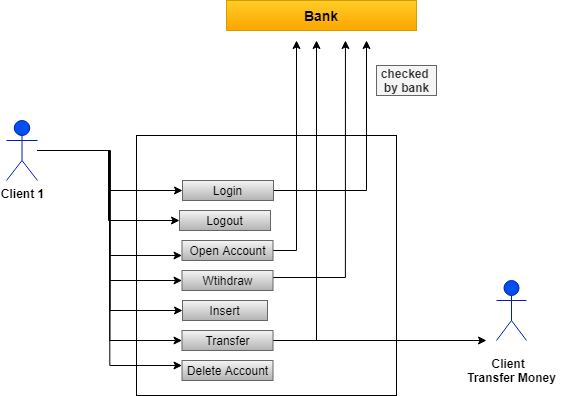
Above: use case bank.png in abdullahkbc/Python-Project-Bank- (draw.io), before the change. Source tidied: cells renumbered, new cells last; positions are measured from the earlier drawing's top-left corner, leaving out a move shared by most shapes. The source it was exported from:
```xml
<mxGraphModel>
  <root>
    <mxCell id="0" />
    <mxCell id="1" parent="0" />
    <mxCell id="2" style="whiteSpace=wrap;html=1;" parent="1" vertex="1">
      <mxGeometry x="130" y="135" width="260" height="260" as="geometry" />
    </mxCell>
    <mxCell id="3" style="edgeStyle=orthogonalEdgeStyle;rounded=0;jettySize=auto;html=1;entryX=0;entryY=0.75;entryDx=0;entryDy=0;fontColor=#000000;" parent="1" edge="1" source="10" target="14">
      <mxGeometry relative="1" as="geometry" />
    </mxCell>
    <mxCell id="4" style="edgeStyle=orthogonalEdgeStyle;rounded=0;jettySize=auto;html=1;entryX=0;entryY=0.5;entryDx=0;entryDy=0;fontColor=#000000;" parent="1" edge="1" source="10" target="16">
      <mxGeometry relative="1" as="geometry" />
    </mxCell>
    <mxCell id="5" style="edgeStyle=orthogonalEdgeStyle;rounded=0;jettySize=auto;html=1;entryX=0;entryY=0.5;entryDx=0;entryDy=0;fontColor=#000000;" parent="1" edge="1" source="10" target="17">
      <mxGeometry relative="1" as="geometry" />
    </mxCell>
    <mxCell id="6" style="edgeStyle=orthogonalEdgeStyle;rounded=0;jettySize=auto;html=1;entryX=0;entryY=0.5;entryDx=0;entryDy=0;fontColor=#000000;" parent="1" edge="1" source="10" target="20">
      <mxGeometry relative="1" as="geometry" />
    </mxCell>
    <mxCell id="7" style="edgeStyle=orthogonalEdgeStyle;rounded=0;jettySize=auto;html=1;entryX=0;entryY=0.25;entryDx=0;entryDy=0;fontColor=#000000;" parent="1" edge="1" source="10" target="21">
      <mxGeometry relative="1" as="geometry" />
    </mxCell>
    <mxCell id="8" style="edgeStyle=orthogonalEdgeStyle;rounded=0;jettySize=auto;html=1;entryX=0;entryY=0.5;entryDx=0;entryDy=0;" parent="1" edge="1" source="10" target="25">
      <mxGeometry relative="1" as="geometry" />
    </mxCell>
    <mxCell id="9" style="edgeStyle=orthogonalEdgeStyle;rounded=0;jettySize=auto;html=1;entryX=0;entryY=0.5;entryDx=0;entryDy=0;" parent="1" edge="1" source="10" target="24">
      <mxGeometry relative="1" as="geometry" />
    </mxCell>
    <mxCell id="10" value="&lt;b&gt;&lt;font color=&quot;#000000&quot;&gt;Client 1&lt;/font&gt;&lt;/b&gt;" style="shape=umlActor;verticalLabelPosition=bottom;verticalAlign=top;html=1;outlineConnect=0;fillColor=#0050ef;strokeColor=#001DBC;fontColor=#ffffff;" parent="1" vertex="1">
      <mxGeometry y="120" width="31" height="60" as="geometry" />
    </mxCell>
    <mxCell id="11" value="Client to &lt;br&gt;Transfer Money" style="shape=umlActor;verticalLabelPosition=bottom;verticalAlign=top;html=1;fillColor=#0050ef;strokeColor=#001DBC;fontColor=#ffffff;" parent="1" vertex="1">
      <mxGeometry x="490" y="280" width="30" height="60" as="geometry" />
    </mxCell>
    <mxCell id="12" value="&lt;b&gt;&lt;font style=&quot;font-size: 14px&quot;&gt;Bank&lt;/font&gt;&lt;/b&gt;" style="text;html=1;strokeColor=#d79b00;fillColor=#ffcd28;align=center;verticalAlign=middle;whiteSpace=wrap;rounded=0;gradientColor=#ffa500;" parent="1" vertex="1">
      <mxGeometry x="220" width="190" height="30" as="geometry" />
    </mxCell>
    <mxCell id="13" style="edgeStyle=orthogonalEdgeStyle;rounded=0;jettySize=auto;html=1;" parent="1" edge="1" source="14">
      <mxGeometry relative="1" as="geometry">
        <mxPoint x="290" y="40" as="targetPoint" />
      </mxGeometry>
    </mxCell>
    <mxCell id="14" value="Open Account" style="text;html=1;strokeColor=#666666;fillColor=#f5f5f5;align=center;verticalAlign=middle;whiteSpace=wrap;rounded=0;gradientColor=#b3b3b3;" parent="1" vertex="1">
      <mxGeometry x="175.5" y="240" width="91" height="20" as="geometry" />
    </mxCell>
    <mxCell id="15" style="edgeStyle=orthogonalEdgeStyle;rounded=0;orthogonalLoop=1;jettySize=auto;html=1;entryX=0.626;entryY=1.1;entryDx=0;entryDy=0;entryPerimeter=0;" parent="1" edge="1">
      <mxGeometry relative="1" as="geometry">
        <mxPoint x="221" y="277" as="sourcePoint" />
        <mxPoint x="338.9" y="40" as="targetPoint" />
      </mxGeometry>
    </mxCell>
    <mxCell id="16" value="Wtihdraw" style="text;html=1;strokeColor=#666666;fillColor=#f5f5f5;align=center;verticalAlign=middle;whiteSpace=wrap;rounded=0;gradientColor=#b3b3b3;" parent="1" vertex="1">
      <mxGeometry x="175.5" y="270" width="91" height="20" as="geometry" />
    </mxCell>
    <mxCell id="17" value="Insert" style="text;html=1;strokeColor=#666666;fillColor=#f5f5f5;align=center;verticalAlign=middle;whiteSpace=wrap;rounded=0;gradientColor=#b3b3b3;" parent="1" vertex="1">
      <mxGeometry x="176" y="300" width="85" height="20" as="geometry" />
    </mxCell>
    <mxCell id="18" style="edgeStyle=orthogonalEdgeStyle;rounded=0;jettySize=auto;html=1;" parent="1" edge="1" source="20">
      <mxGeometry relative="1" as="geometry">
        <mxPoint x="310" y="40" as="targetPoint" />
      </mxGeometry>
    </mxCell>
    <mxCell id="19" style="edgeStyle=orthogonalEdgeStyle;rounded=0;jettySize=auto;html=1;" parent="1" edge="1" source="20">
      <mxGeometry relative="1" as="geometry">
        <mxPoint x="480" y="340" as="targetPoint" />
      </mxGeometry>
    </mxCell>
    <mxCell id="20" value="Transfer" style="text;html=1;strokeColor=#666666;fillColor=#f5f5f5;align=center;verticalAlign=middle;whiteSpace=wrap;rounded=0;gradientColor=#b3b3b3;" parent="1" vertex="1">
      <mxGeometry x="175.5" y="330" width="91" height="20" as="geometry" />
    </mxCell>
    <mxCell id="21" value="Delete Account" style="text;html=1;strokeColor=#666666;fillColor=#f5f5f5;align=center;verticalAlign=middle;whiteSpace=wrap;rounded=0;gradientColor=#b3b3b3;" parent="1" vertex="1">
      <mxGeometry x="175.5" y="360" width="91" height="20" as="geometry" />
    </mxCell>
    <mxCell id="22" value="&lt;b&gt;Client&amp;nbsp;&amp;nbsp;&lt;br&gt;Transfer Money&lt;/b&gt;" style="text;html=1;align=center;verticalAlign=middle;fontColor=#000000;" parent="1" vertex="1">
      <mxGeometry x="455" y="355" width="100" height="30" as="geometry" />
    </mxCell>
    <mxCell id="23" style="edgeStyle=orthogonalEdgeStyle;rounded=0;jettySize=auto;html=1;" parent="1" edge="1" source="24">
      <mxGeometry relative="1" as="geometry">
        <mxPoint x="360" y="40" as="targetPoint" />
      </mxGeometry>
    </mxCell>
    <mxCell id="24" value="Login" style="text;html=1;strokeColor=#666666;fillColor=#f5f5f5;align=center;verticalAlign=middle;whiteSpace=wrap;rounded=0;gradientColor=#b3b3b3;" parent="1" vertex="1">
      <mxGeometry x="176" y="180" width="91" height="20" as="geometry" />
    </mxCell>
    <mxCell id="25" value="Logout" style="text;html=1;strokeColor=#666666;fillColor=#f5f5f5;align=center;verticalAlign=middle;whiteSpace=wrap;rounded=0;gradientColor=#b3b3b3;" parent="1" vertex="1">
      <mxGeometry x="173" y="210" width="91" height="20" as="geometry" />
    </mxCell>
    <mxCell id="26" value="checked &lt;br&gt;by bank" style="text;html=1;align=center;verticalAlign=middle;fontStyle=1;fillColor=#f5f5f5;strokeColor=#666666;fontColor=#333333;" parent="1" vertex="1">
      <mxGeometry x="370" y="65" width="60" height="30" as="geometry" />
    </mxCell>
  </root>
</mxGraphModel>
```
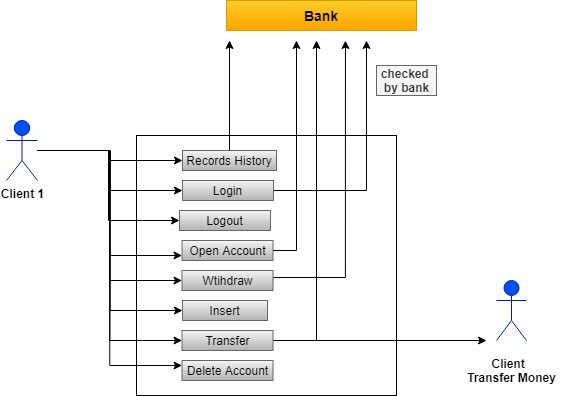
After the commit.

Diff of the diagram source:
```diff
@@ -26,6 +26,9 @@
     <mxCell id="9" style="edgeStyle=orthogonalEdgeStyle;rounded=0;jettySize=auto;html=1;entryX=0;entryY=0.5;entryDx=0;entryDy=0;" parent="1" edge="1" source="10" target="24">
       <mxGeometry relative="1" as="geometry" />
     </mxCell>
+    <mxCell id="27" style="edgeStyle=orthogonalEdgeStyle;rounded=0;jettySize=auto;html=1;entryX=0;entryY=0.5;entryDx=0;entryDy=0;" parent="1" edge="1" source="10" target="29">
+      <mxGeometry relative="1" as="geometry" />
+    </mxCell>
     <mxCell id="10" value="&lt;b&gt;&lt;font color=&quot;#000000&quot;&gt;Client 1&lt;/font&gt;&lt;/b&gt;" style="shape=umlActor;verticalLabelPosition=bottom;verticalAlign=top;html=1;outlineConnect=0;fillColor=#0050ef;strokeColor=#001DBC;fontColor=#ffffff;" parent="1" vertex="1">
       <mxGeometry y="120" width="31" height="60" as="geometry" />
     </mxCell>
@@ -88,5 +91,13 @@
     <mxCell id="26" value="checked &lt;br&gt;by bank" style="text;html=1;align=center;verticalAlign=middle;fontStyle=1;fillColor=#f5f5f5;strokeColor=#666666;fontColor=#333333;" parent="1" vertex="1">
       <mxGeometry x="370" y="65" width="60" height="30" as="geometry" />
     </mxCell>
+    <mxCell id="28" style="edgeStyle=orthogonalEdgeStyle;rounded=0;jettySize=auto;html=1;" parent="1" edge="1" source="29">
+      <mxGeometry relative="1" as="geometry">
+        <mxPoint x="223" y="40" as="targetPoint" />
+      </mxGeometry>
+    </mxCell>
+    <mxCell id="29" value="Records History" style="text;html=1;strokeColor=#666666;fillColor=#f5f5f5;align=center;verticalAlign=middle;whiteSpace=wrap;rounded=0;gradientColor=#b3b3b3;" parent="1" vertex="1">
+      <mxGeometry x="176" y="150" width="94" height="20" as="geometry" />
+    </mxCell>
   </root>
 </mxGraphModel>
```
